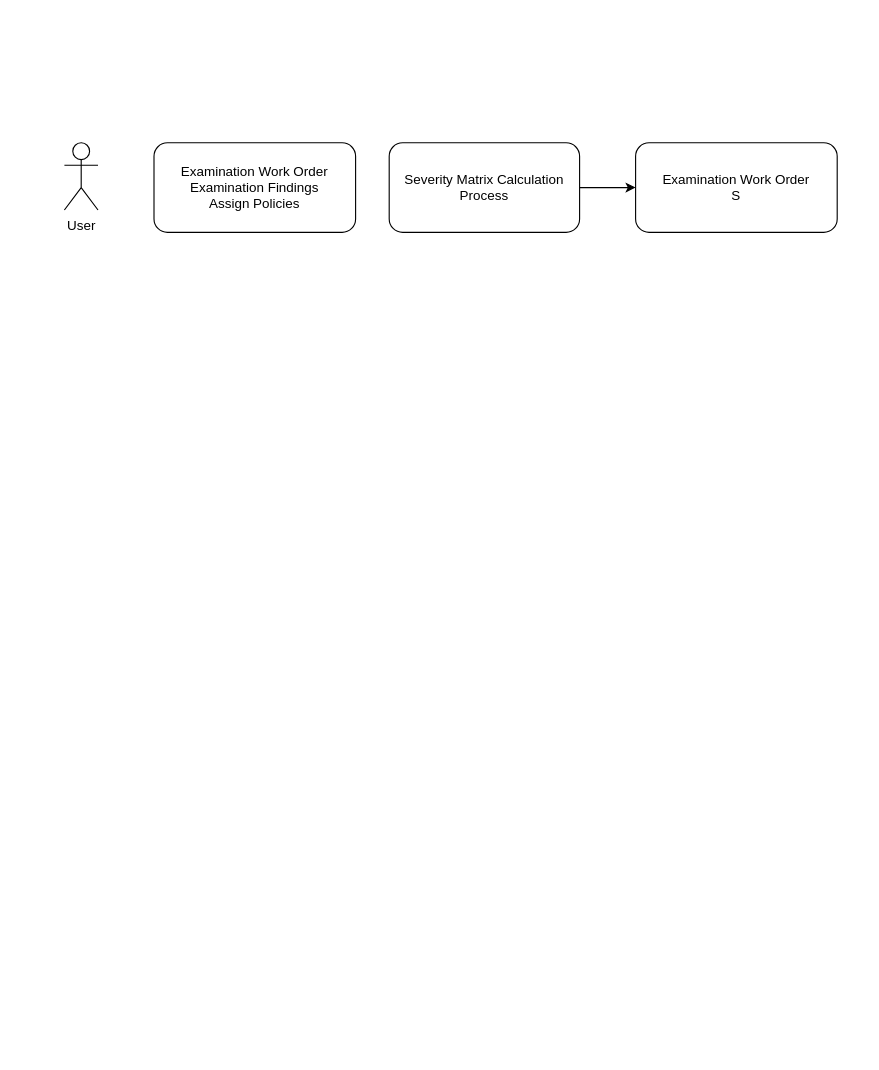
z2/z2.github.io keeps this draw.io diagram as page "Flow" (2 of 2) of _draft/severityMatrix.drawio. Above is the earlier version. Source tidied: cells renumbered, new cells numbered last; positions are measured from the earlier drawing's top-left corner, leaving out a move shared by most shapes. Both pictures are drawn from the tidied source at 112%, with x=0, y=0 at pixel (64, 142).
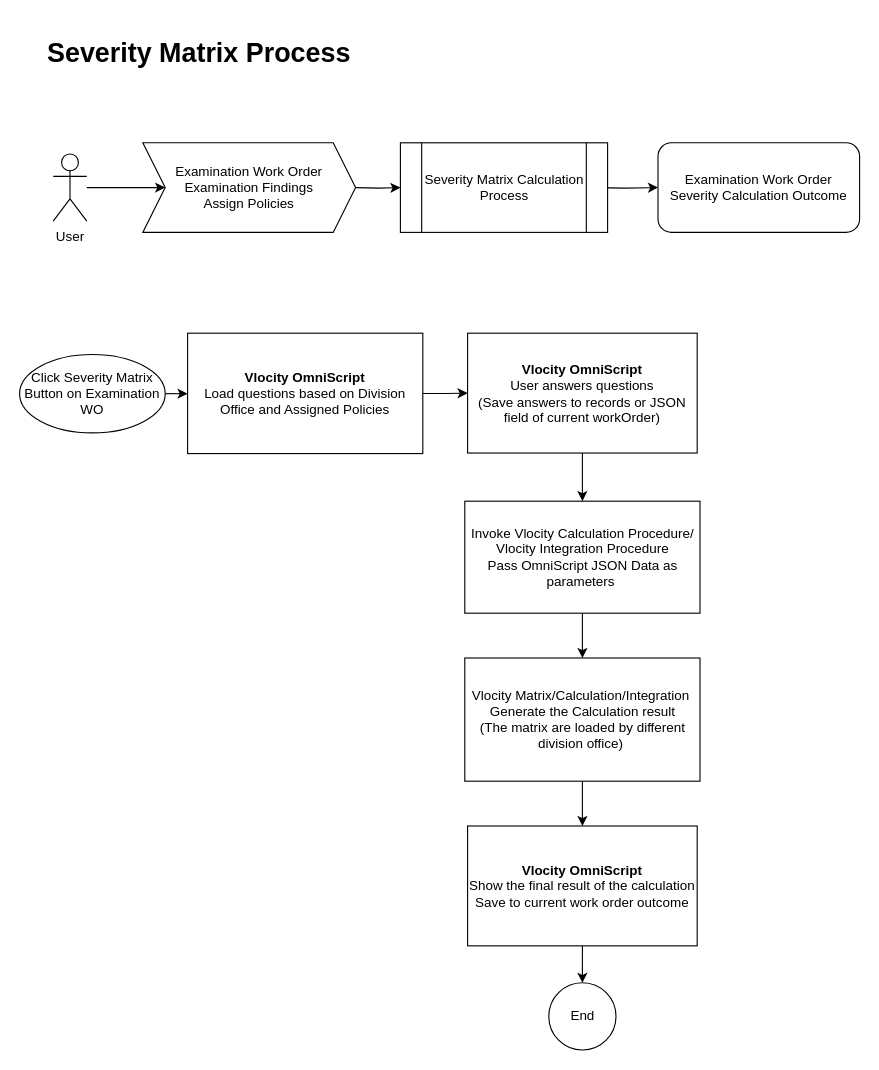
Above is the later version.

The edit, as a diff of the source:
```diff
@@
+    <mxCell id="7" style="edgeStyle=orthogonalEdgeStyle;rounded=0;jettySize=auto;html=1;" parent="1" edge="1" source="2" target="3">
+      <mxGeometry relative="1" as="geometry" />
+    </mxCell>
     <mxCell id="2" value="User&lt;br&gt;" style="shape=umlActor;verticalLabelPosition=bottom;verticalAlign=top;html=1;outlineConnect=0;" parent="1" vertex="1">
-      <mxGeometry width="30" height="60" as="geometry" />
+      <mxGeometry x="-10" y="10" width="30" height="60" as="geometry" />
     </mxCell>
+    <mxCell id="8" style="edgeStyle=orthogonalEdgeStyle;rounded=0;orthogonalLoop=1;jettySize=auto;html=1;" parent="1" edge="1">
+      <mxGeometry relative="1" as="geometry">
+        <mxPoint x="260" y="40" as="sourcePoint" />
+        <mxPoint x="300" y="40" as="targetPoint" />
+      </mxGeometry>
+    </mxCell>
+    <mxCell id="4" style="edgeStyle=orthogonalEdgeStyle;rounded=0;jettySize=auto;html=1;" parent="1" edge="1" target="6">
+      <mxGeometry relative="1" as="geometry">
+        <mxPoint x="470" y="40" as="sourcePoint" />
+      </mxGeometry>
+    </mxCell>
+    <mxCell id="6" value="Examination Work Order&lt;br&gt;Severity Calculation Outcome" style="whiteSpace=wrap;html=1;rounded=1;" parent="1" vertex="1">
+      <mxGeometry x="530" width="180" height="80" as="geometry" />
+    </mxCell>
+    <mxCell id="5" value="&lt;span&gt;Severity Matrix Calculation Process&lt;/span&gt;" style="shape=process;whiteSpace=wrap;html=1;backgroundOutline=1;labelBackgroundColor=none;" parent="1" vertex="1">
+      <mxGeometry x="300" width="185" height="80" as="geometry" />
+    </mxCell>
-    <mxCell id="3" value="Examination Work Order&lt;br&gt;Examination Findings&lt;br&gt;Assign Policies" style="rounded=1;whiteSpace=wrap;html=1;" parent="1" vertex="1">
-      <mxGeometry x="80" width="180" height="80" as="geometry" />
+    <mxCell id="3" value="&lt;span&gt;Examination Work Order&lt;/span&gt;&lt;br&gt;&lt;span&gt;Examination Findings&lt;/span&gt;&lt;br&gt;&lt;span&gt;Assign Policies&lt;/span&gt;" style="shape=step;perimeter=stepPerimeter;whiteSpace=wrap;html=1;fixedSize=1;labelBackgroundColor=none;" parent="1" vertex="1">
+      <mxGeometry x="70" width="190" height="80" as="geometry" />
     </mxCell>
-    <mxCell id="4" style="edgeStyle=orthogonalEdgeStyle;rounded=0;jettySize=auto;html=1;" parent="1" edge="1" source="5" target="6">
-      <mxGeometry relative="1" as="geometry" />
-    </mxCell>
-    <mxCell id="5" value="Severity Matrix Calculation Process" style="rounded=1;whiteSpace=wrap;html=1;" parent="1" vertex="1">
-      <mxGeometry x="290" width="170" height="80" as="geometry" />
-    </mxCell>
-    <mxCell id="6" value="Examination Work Order&lt;br&gt;S" style="whiteSpace=wrap;html=1;rounded=1;" parent="1" vertex="1">
-      <mxGeometry x="510" width="180" height="80" as="geometry" />
-    </mxCell>
+    <mxCell id="9" value="&lt;h1&gt;Severity Matrix Process&lt;/h1&gt;&lt;div&gt;&lt;br&gt;&lt;/div&gt;" style="text;html=1;strokeColor=none;fillColor=none;spacing=5;spacingTop=-20;whiteSpace=wrap;overflow=hidden;rounded=0;labelBackgroundColor=none;" parent="1" vertex="1">
+      <mxGeometry x="-20" y="-100" width="350" height="80" as="geometry" />
+    </mxCell>
+    <mxCell id="10" style="edgeStyle=orthogonalEdgeStyle;rounded=0;jettySize=auto;html=1;" parent="1" edge="1" source="11" target="13">
+      <mxGeometry relative="1" as="geometry" />
+    </mxCell>
+    <mxCell id="11" value="Click Severity Matrix Button on Examination WO" style="ellipse;whiteSpace=wrap;html=1;labelBackgroundColor=none;" parent="1" vertex="1">
+      <mxGeometry x="-40" y="189" width="130" height="70" as="geometry" />
+    </mxCell>
+    <mxCell id="12" style="edgeStyle=orthogonalEdgeStyle;rounded=0;jettySize=auto;html=1;" parent="1" edge="1" source="13" target="15">
+      <mxGeometry relative="1" as="geometry" />
+    </mxCell>
+    <mxCell id="13" value="&lt;b&gt;Vlocity OmniScript&lt;/b&gt;&lt;br&gt;&lt;span&gt;Load questions based on Division Office and Assigned Policies&lt;/span&gt;" style="rounded=0;whiteSpace=wrap;html=1;labelBackgroundColor=none;" parent="1" vertex="1">
+      <mxGeometry x="110" y="170" width="210" height="107.5" as="geometry" />
+    </mxCell>
+    <mxCell id="14" style="edgeStyle=orthogonalEdgeStyle;rounded=0;jettySize=auto;html=1;" parent="1" edge="1" source="15" target="17">
+      <mxGeometry relative="1" as="geometry" />
+    </mxCell>
+    <mxCell id="15" value="&lt;b&gt;Vlocity OmniScript&lt;/b&gt;&lt;br&gt;User answers questions&lt;br&gt;(Save answers to records or JSON field of current workOrder)" style="rounded=0;whiteSpace=wrap;html=1;labelBackgroundColor=none;" parent="1" vertex="1">
+      <mxGeometry x="360" y="170" width="205" height="107" as="geometry" />
+    </mxCell>
+    <mxCell id="16" style="edgeStyle=orthogonalEdgeStyle;rounded=0;jettySize=auto;html=1;" parent="1" edge="1" source="17" target="19">
+      <mxGeometry relative="1" as="geometry" />
+    </mxCell>
+    <mxCell id="17" value="Invoke Vlocity Calculation Procedure/ Vlocity Integration Procedure&lt;br&gt;Pass OmniScript JSON Data as parameters&amp;nbsp;" style="rounded=0;whiteSpace=wrap;html=1;labelBackgroundColor=none;" parent="1" vertex="1">
+      <mxGeometry x="357.5" y="320" width="210" height="100" as="geometry" />
+    </mxCell>
+    <mxCell id="18" style="edgeStyle=orthogonalEdgeStyle;rounded=0;jettySize=auto;html=1;" parent="1" edge="1" source="19" target="21">
+      <mxGeometry relative="1" as="geometry" />
+    </mxCell>
+    <mxCell id="19" value="Vlocity Matrix/Calculation/Integration&amp;nbsp;&lt;br&gt;Generate the Calculation result&lt;br&gt;(The matrix are loaded by different division office)&amp;nbsp;" style="rounded=0;whiteSpace=wrap;html=1;labelBackgroundColor=none;" parent="1" vertex="1">
+      <mxGeometry x="357.5" y="460" width="210" height="110" as="geometry" />
+    </mxCell>
+    <mxCell id="20" style="edgeStyle=orthogonalEdgeStyle;rounded=0;jettySize=auto;html=1;" parent="1" edge="1" source="21" target="22">
+      <mxGeometry relative="1" as="geometry" />
+    </mxCell>
+    <mxCell id="21" value="&lt;b&gt;Vlocity OmniScript&lt;/b&gt;&lt;br&gt;Show the final result of the calculation&lt;br&gt;Save to current work order outcome" style="rounded=0;whiteSpace=wrap;html=1;labelBackgroundColor=none;" parent="1" vertex="1">
+      <mxGeometry x="360" y="610" width="205" height="107" as="geometry" />
+    </mxCell>
+    <mxCell id="22" value="End" style="ellipse;whiteSpace=wrap;html=1;labelBackgroundColor=none;" parent="1" vertex="1">
+      <mxGeometry x="432.5" y="750" width="60" height="60" as="geometry" />
+    </mxCell>
```
